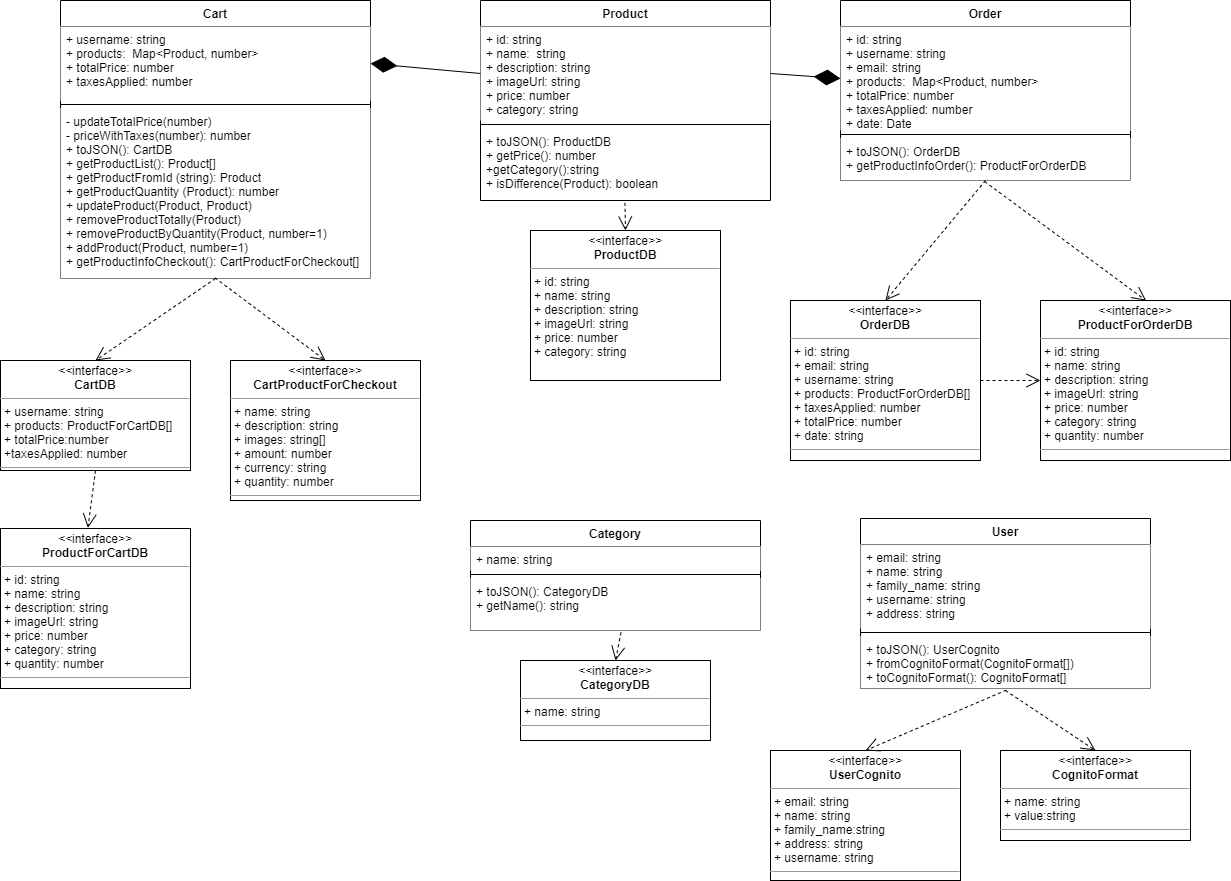
The draw.io diagram DocumentazioneEsterna/AllegatoTecnico/res/Architettura/Backend/img/diagrammaClassiBack-end.png in Omicron-Team/Documentazione, before a commit. Source tidied: cells renumbered, new cells last; positions are measured from the earlier drawing's top-left corner, leaving out a move shared by most shapes.
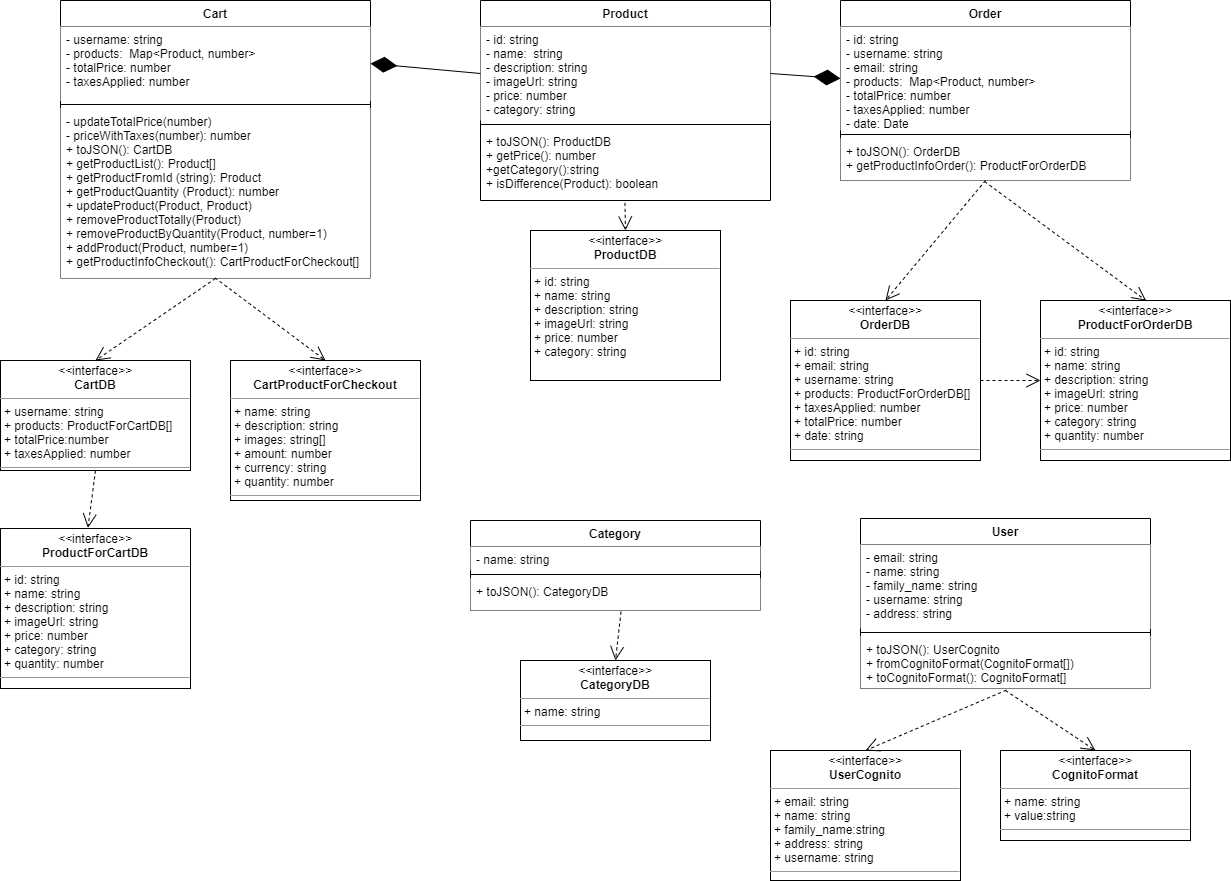
The same diagram one commit later.

Commit message:
Fix diagrammi, arricchimento descrizione generale

What changed in the source:
```diff
@@ -5,7 +5,7 @@
     <mxCell id="2" value="Cart" style="swimlane;fontStyle=1;align=center;verticalAlign=top;horizontal=1;startSize=26;" parent="1" vertex="1">
       <mxGeometry x="60" width="310" height="278" as="geometry" />
     </mxCell>
-    <mxCell id="3" value="+ username: string&#10;+ products:  Map&lt;Product, number&gt;&#10;+ totalPrice: number&#10;+ taxesApplied: number" style="text;align=left;verticalAlign=top;spacingLeft=4;spacingRight=4;overflow=hidden;points=[[0,0.5],[1,0.5]];portConstraint=eastwest;fillColor=#ffffff;" parent="2" vertex="1">
+    <mxCell id="3" value="- username: string&#10;- products:  Map&lt;Product, number&gt;&#10;- totalPrice: number&#10;- taxesApplied: number" style="text;align=left;verticalAlign=top;spacingLeft=4;spacingRight=4;overflow=hidden;points=[[0,0.5],[1,0.5]];portConstraint=eastwest;fillColor=#ffffff;" parent="2" vertex="1">
       <mxGeometry y="26" width="310" height="74" as="geometry" />
     </mxCell>
     <mxCell id="4" style="line;strokeWidth=1;fillColor=none;align=left;verticalAlign=middle;spacingTop=-1;spacingLeft=3;spacingRight=3;labelPosition=right;" parent="2" vertex="1">
@@ -17,7 +17,7 @@
     <mxCell id="6" value="Product" style="swimlane;fontStyle=1;align=center;verticalAlign=top;horizontal=1;startSize=26;" parent="1" vertex="1">
       <mxGeometry x="480" width="290" height="200" as="geometry" />
     </mxCell>
-    <mxCell id="7" value="+ id: string&#10;+ name:  string&#10;+ description: string&#10;+ imageUrl: string&#10;+ price: number&#10;+ category: string" style="text;align=left;verticalAlign=top;spacingLeft=4;spacingRight=4;overflow=hidden;points=[[0,0.5],[1,0.5]];portConstraint=eastwest;fillColor=#ffffff;" parent="6" vertex="1">
+    <mxCell id="7" value="- id: string&#10;- name:  string&#10;- description: string&#10;- imageUrl: string&#10;- price: number&#10;- category: string" style="text;align=left;verticalAlign=top;spacingLeft=4;spacingRight=4;overflow=hidden;points=[[0,0.5],[1,0.5]];portConstraint=eastwest;fillColor=#ffffff;" parent="6" vertex="1">
       <mxGeometry y="26" width="290" height="94" as="geometry" />
     </mxCell>
     <mxCell id="8" style="line;strokeWidth=1;fillColor=none;align=left;verticalAlign=middle;spacingTop=-1;spacingLeft=3;spacingRight=3;labelPosition=right;" parent="6" vertex="1">
@@ -29,7 +29,7 @@
     <mxCell id="10" value="Order" style="swimlane;fontStyle=1;align=center;verticalAlign=top;horizontal=1;startSize=26;" parent="1" vertex="1">
       <mxGeometry x="840" width="290" height="180" as="geometry" />
     </mxCell>
-    <mxCell id="11" value="+ id: string&#10;+ username: string&#10;+ email: string&#10;+ products:  Map&lt;Product, number&gt;&#10;+ totalPrice: number&#10;+ taxesApplied: number&#10;+ date: Date" style="text;align=left;verticalAlign=top;spacingLeft=4;spacingRight=4;overflow=hidden;points=[[0,0.5],[1,0.5]];portConstraint=eastwest;fillColor=#ffffff;" parent="10" vertex="1">
+    <mxCell id="11" value="- id: string&#10;- username: string&#10;- email: string&#10;- products:  Map&lt;Product, number&gt;&#10;- totalPrice: number&#10;- taxesApplied: number&#10;- date: Date" style="text;align=left;verticalAlign=top;spacingLeft=4;spacingRight=4;overflow=hidden;points=[[0,0.5],[1,0.5]];portConstraint=eastwest;fillColor=#ffffff;" parent="10" vertex="1">
       <mxGeometry y="26" width="290" height="104" as="geometry" />
     </mxCell>
     <mxCell id="12" style="line;strokeWidth=1;fillColor=none;align=left;verticalAlign=middle;spacingTop=-1;spacingLeft=3;spacingRight=3;labelPosition=right;" parent="10" vertex="1">
@@ -41,7 +41,7 @@
     <mxCell id="14" value="User" style="swimlane;fontStyle=1;align=center;verticalAlign=top;horizontal=1;startSize=26;" parent="1" vertex="1">
       <mxGeometry x="860" y="518" width="290" height="170" as="geometry" />
     </mxCell>
-    <mxCell id="15" value="+ email: string&#10;+ name: string&#10;+ family_name: string&#10;+ username: string&#10;+ address: string" style="text;strokeColor=none;align=left;verticalAlign=top;spacingLeft=4;spacingRight=4;overflow=hidden;fillColor=#ffffff;" parent="14" vertex="1">
+    <mxCell id="15" value="- email: string&#10;- name: string&#10;- family_name: string&#10;- username: string&#10;- address: string" style="text;strokeColor=none;align=left;verticalAlign=top;spacingLeft=4;spacingRight=4;overflow=hidden;fillColor=#ffffff;" parent="14" vertex="1">
       <mxGeometry y="26" width="290" height="84" as="geometry" />
     </mxCell>
     <mxCell id="16" style="line;strokeWidth=1;fillColor=none;align=left;verticalAlign=middle;spacingTop=-1;spacingLeft=3;spacingRight=3;labelPosition=right;" parent="14" vertex="1">
@@ -53,7 +53,7 @@
     <mxCell id="18" style="endArrow=diamondThin;endFill=1;endSize=24;html=1;entryX=0;entryY=0.5;entryDx=0;entryDy=0;exitX=1;exitY=0.5;exitDx=0;exitDy=0;" parent="1" edge="1" source="7" target="11">
       <mxGeometry relative="1" as="geometry" />
     </mxCell>
-    <mxCell id="19" value="&lt;p style=&quot;margin: 0px ; margin-top: 4px ; text-align: center&quot;&gt;&lt;i&gt;&amp;lt;&amp;lt;&lt;/i&gt;interface&lt;i&gt;&amp;gt;&amp;gt;&lt;/i&gt;&lt;br&gt;&lt;b&gt;CartDB&lt;/b&gt;&lt;/p&gt;&lt;hr size=&quot;1&quot;&gt;&lt;p style=&quot;margin: 0px ; margin-left: 4px&quot;&gt;+ username: string&lt;br&gt;+ products: ProductForCartDB[]&lt;/p&gt;&lt;p style=&quot;margin: 0px ; margin-left: 4px&quot;&gt;+ totalPrice:number&lt;/p&gt;&lt;p style=&quot;margin: 0px ; margin-left: 4px&quot;&gt;+taxesApplied: number&lt;/p&gt;&lt;hr size=&quot;1&quot;&gt;&lt;p style=&quot;margin: 0px ; margin-left: 4px&quot;&gt;&lt;br&gt;&lt;/p&gt;" style="verticalAlign=top;align=left;overflow=fill;fontSize=12;fontFamily=Helvetica;html=1;" parent="1" vertex="1">
+    <mxCell id="19" value="&lt;p style=&quot;margin: 0px ; margin-top: 4px ; text-align: center&quot;&gt;&lt;i&gt;&amp;lt;&amp;lt;&lt;/i&gt;interface&lt;i&gt;&amp;gt;&amp;gt;&lt;/i&gt;&lt;br&gt;&lt;b&gt;CartDB&lt;/b&gt;&lt;/p&gt;&lt;hr size=&quot;1&quot;&gt;&lt;p style=&quot;margin: 0px ; margin-left: 4px&quot;&gt;+ username: string&lt;br&gt;+ products: ProductForCartDB[]&lt;/p&gt;&lt;p style=&quot;margin: 0px ; margin-left: 4px&quot;&gt;+ totalPrice:number&lt;/p&gt;&lt;p style=&quot;margin: 0px ; margin-left: 4px&quot;&gt;+ taxesApplied: number&lt;/p&gt;&lt;hr size=&quot;1&quot;&gt;&lt;p style=&quot;margin: 0px ; margin-left: 4px&quot;&gt;&lt;br&gt;&lt;/p&gt;" style="verticalAlign=top;align=left;overflow=fill;fontSize=12;fontFamily=Helvetica;html=1;" parent="1" vertex="1">
       <mxGeometry y="360" width="190" height="110" as="geometry" />
     </mxCell>
     <mxCell id="20" value="&lt;p style=&quot;margin: 0px ; margin-top: 4px ; text-align: center&quot;&gt;&lt;i&gt;&amp;lt;&amp;lt;&lt;/i&gt;interface&lt;i&gt;&amp;gt;&amp;gt;&lt;/i&gt;&lt;br&gt;&lt;b&gt;OrderDB&lt;/b&gt;&lt;/p&gt;&lt;hr size=&quot;1&quot;&gt;&lt;p style=&quot;margin: 0px ; margin-left: 4px&quot;&gt;+ id: string&lt;br&gt;+ email: string&lt;/p&gt;&lt;p style=&quot;margin: 0px ; margin-left: 4px&quot;&gt;&lt;span&gt;+ username: string&lt;/span&gt;&lt;/p&gt;&lt;p style=&quot;margin: 0px ; margin-left: 4px&quot;&gt;&lt;span&gt;+ products: ProductForOrderDB[]&lt;/span&gt;&lt;/p&gt;&lt;p style=&quot;margin: 0px ; margin-left: 4px&quot;&gt;+ taxesApplied: number&lt;/p&gt;&lt;p style=&quot;margin: 0px ; margin-left: 4px&quot;&gt;+ totalPrice: number&lt;/p&gt;&lt;p style=&quot;margin: 0px ; margin-left: 4px&quot;&gt;+ date: string&lt;/p&gt;&lt;hr size=&quot;1&quot;&gt;&lt;p style=&quot;margin: 0px ; margin-left: 4px&quot;&gt;&lt;br&gt;&lt;/p&gt;" style="verticalAlign=top;align=left;overflow=fill;fontSize=12;fontFamily=Helvetica;html=1;" parent="1" vertex="1">
@@ -128,16 +128,16 @@
       <mxGeometry y="528" width="190" height="160" as="geometry" />
     </mxCell>
     <mxCell id="38" value="Category" style="swimlane;fontStyle=1;align=center;verticalAlign=top;horizontal=1;startSize=26;" parent="1" vertex="1">
-      <mxGeometry x="470" y="520" width="290" height="110" as="geometry" />
+      <mxGeometry x="470" y="520" width="290" height="90" as="geometry" />
     </mxCell>
-    <mxCell id="39" value="+ name: string" style="text;strokeColor=none;align=left;verticalAlign=top;spacingLeft=4;spacingRight=4;overflow=hidden;fillColor=#ffffff;" parent="38" vertex="1">
+    <mxCell id="39" value="- name: string" style="text;strokeColor=none;align=left;verticalAlign=top;spacingLeft=4;spacingRight=4;overflow=hidden;fillColor=#ffffff;" parent="38" vertex="1">
       <mxGeometry y="26" width="290" height="24" as="geometry" />
     </mxCell>
     <mxCell id="40" style="line;strokeWidth=1;fillColor=none;align=left;verticalAlign=middle;spacingTop=-1;spacingLeft=3;spacingRight=3;labelPosition=right;" parent="38" vertex="1">
       <mxGeometry y="50" width="290" height="8" as="geometry" />
     </mxCell>
-    <mxCell id="41" value="+ toJSON(): CategoryDB&#10;+ getName(): string" style="text;strokeColor=none;align=left;verticalAlign=top;spacingLeft=4;spacingRight=4;overflow=hidden;points=[[0,0.5],[1,0.5]];portConstraint=eastwest;fillColor=#ffffff;" parent="38" vertex="1">
-      <mxGeometry y="58" width="290" height="52" as="geometry" />
+    <mxCell id="41" value="+ toJSON(): CategoryDB" style="text;strokeColor=none;align=left;verticalAlign=top;spacingLeft=4;spacingRight=4;overflow=hidden;points=[[0,0.5],[1,0.5]];portConstraint=eastwest;fillColor=#ffffff;" parent="38" vertex="1">
+      <mxGeometry y="58" width="290" height="32" as="geometry" />
     </mxCell>
     <mxCell id="42" value="Use" style="endArrow=open;endSize=12;dashed=1;html=1;exitX=0.5;exitY=1;exitDx=0;exitDy=0;entryX=0.46;entryY=-0.004;entryDx=0;entryDy=0;textOpacity=0;entryPerimeter=0;" parent="1" edge="1" source="19" target="37">
       <mxGeometry x="-0.21" y="-3" relative="1" as="geometry">
```
